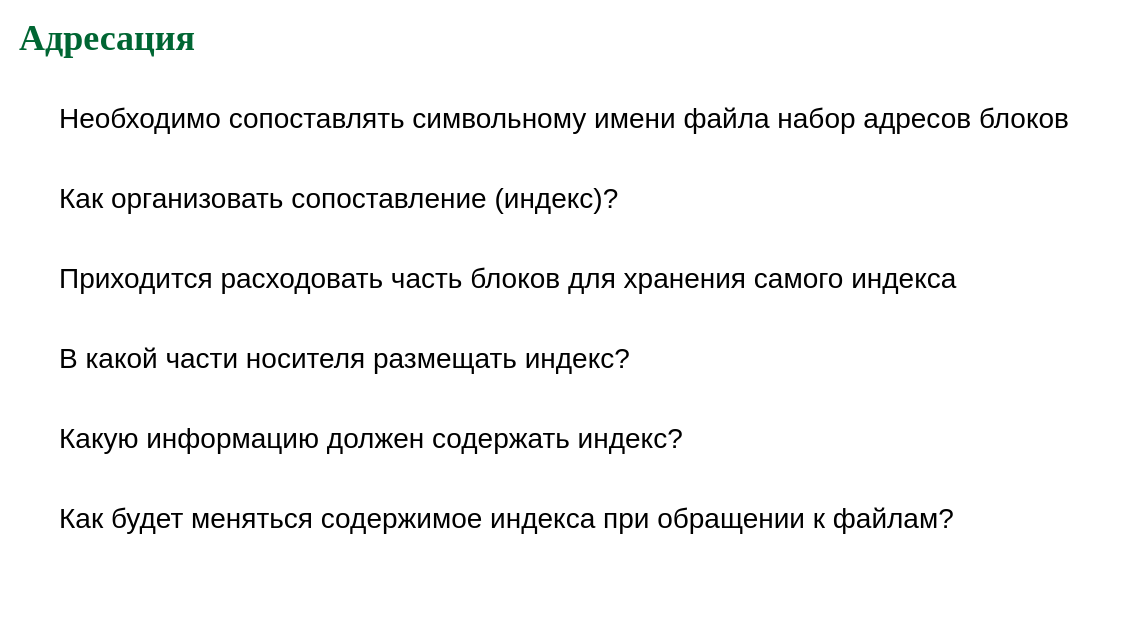
Before: page "physlog" (4 of 17) of slides/extsto.drawio in 77maxikov/os_course, a draw.io diagram. Source tidied: cells renumbered, new cells numbered last; positions are measured from the earlier drawing's top-left corner, leaving out a move shared by most shapes. Both pictures are drawn from the tidied source at 100%, with x=0, y=0 at pixel (17, 28).
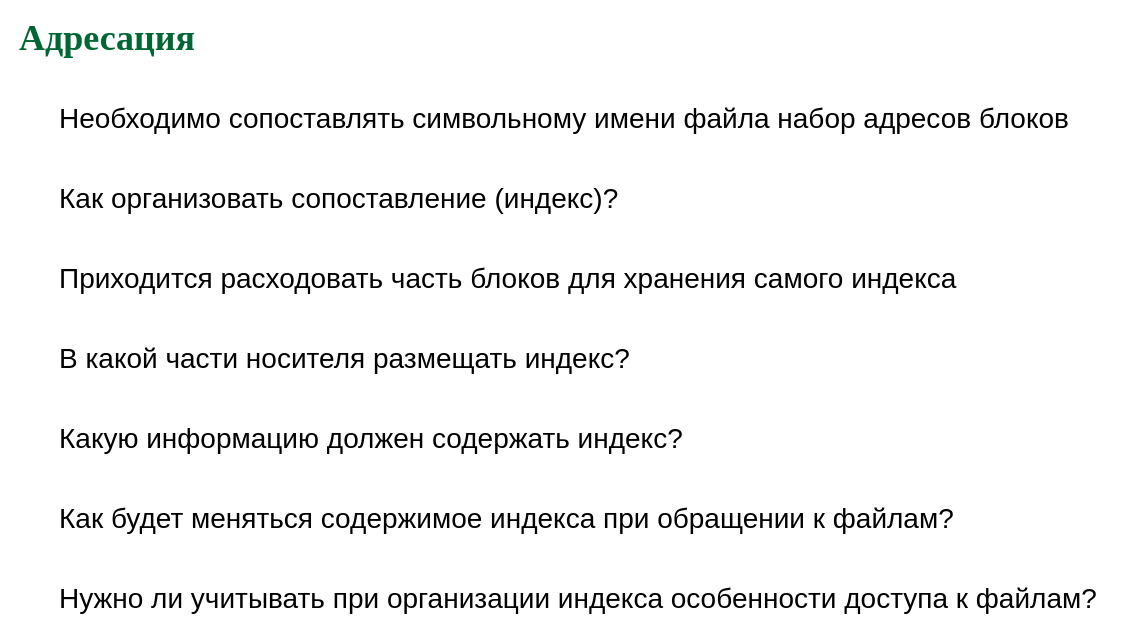
The same diagram, later.

What changed in the source:
```diff
@@
 <mxGraphModel>
   <root>
     <mxCell id="0" />
     <mxCell id="1" parent="0" />
     <mxCell id="2" value="&lt;font color=&quot;#006633&quot; face=&quot;garamond&quot;&gt;&lt;span style=&quot;font-size: 36px&quot;&gt;&lt;b&gt;Адресация&lt;/b&gt;&lt;/span&gt;&lt;/font&gt;" style="text;html=1;align=left;verticalAlign=middle;whiteSpace=wrap;rounded=0;" parent="1" vertex="1">
       <mxGeometry width="920" height="20" as="geometry" />
     </mxCell>
     <mxCell id="3" value="&lt;span style=&quot;font-size: 28px&quot;&gt;Необходимо сопоставлять символьному имени файла набор адресов блоков&lt;/span&gt;" style="text;html=1;align=left;verticalAlign=middle;" parent="1" vertex="1">
       <mxGeometry x="40" y="80" width="1030" height="20" as="geometry" />
     </mxCell>
     <mxCell id="4" value="&lt;span style=&quot;font-size: 28px&quot;&gt;Приходится расходовать часть блоков для хранения самого индекса&lt;/span&gt;" style="text;html=1;align=left;verticalAlign=middle;" parent="1" vertex="1">
       <mxGeometry x="40" y="240" width="910" height="20" as="geometry" />
     </mxCell>
     <mxCell id="5" value="&lt;span style=&quot;font-size: 28px&quot;&gt;Как организовать сопоставление (индекс)?&lt;/span&gt;" style="text;html=1;align=left;verticalAlign=middle;" parent="1" vertex="1">
       <mxGeometry x="40" y="160" width="570" height="20" as="geometry" />
     </mxCell>
     <mxCell id="6" value="&lt;span style=&quot;font-size: 28px&quot;&gt;В какой части носителя размещать индекс?&lt;/span&gt;" style="text;html=1;align=left;verticalAlign=middle;" parent="1" vertex="1">
       <mxGeometry x="40" y="320" width="590" height="20" as="geometry" />
     </mxCell>
     <mxCell id="7" value="&lt;span style=&quot;font-size: 28px&quot;&gt;Какую информацию должен содержать индекс?&lt;/span&gt;" style="text;html=1;align=left;verticalAlign=middle;" parent="1" vertex="1">
       <mxGeometry x="40" y="400" width="640" height="20" as="geometry" />
     </mxCell>
     <mxCell id="8" value="&lt;span style=&quot;font-size: 28px&quot;&gt;Как будет меняться содержимое индекса при обращении к файлам?&lt;/span&gt;" style="text;html=1;align=left;verticalAlign=middle;" parent="1" vertex="1">
       <mxGeometry x="40" y="480" width="910" height="20" as="geometry" />
     </mxCell>
+    <mxCell id="9" value="&lt;span style=&quot;font-size: 28px&quot;&gt;Нужно ли учитывать при организации индекса особенности доступа к файлам?&lt;/span&gt;" style="text;html=1;align=left;verticalAlign=middle;" parent="1" vertex="1">
+      <mxGeometry x="40" y="560" width="1050" height="20" as="geometry" />
+    </mxCell>
   </root>
 </mxGraphModel>
```
